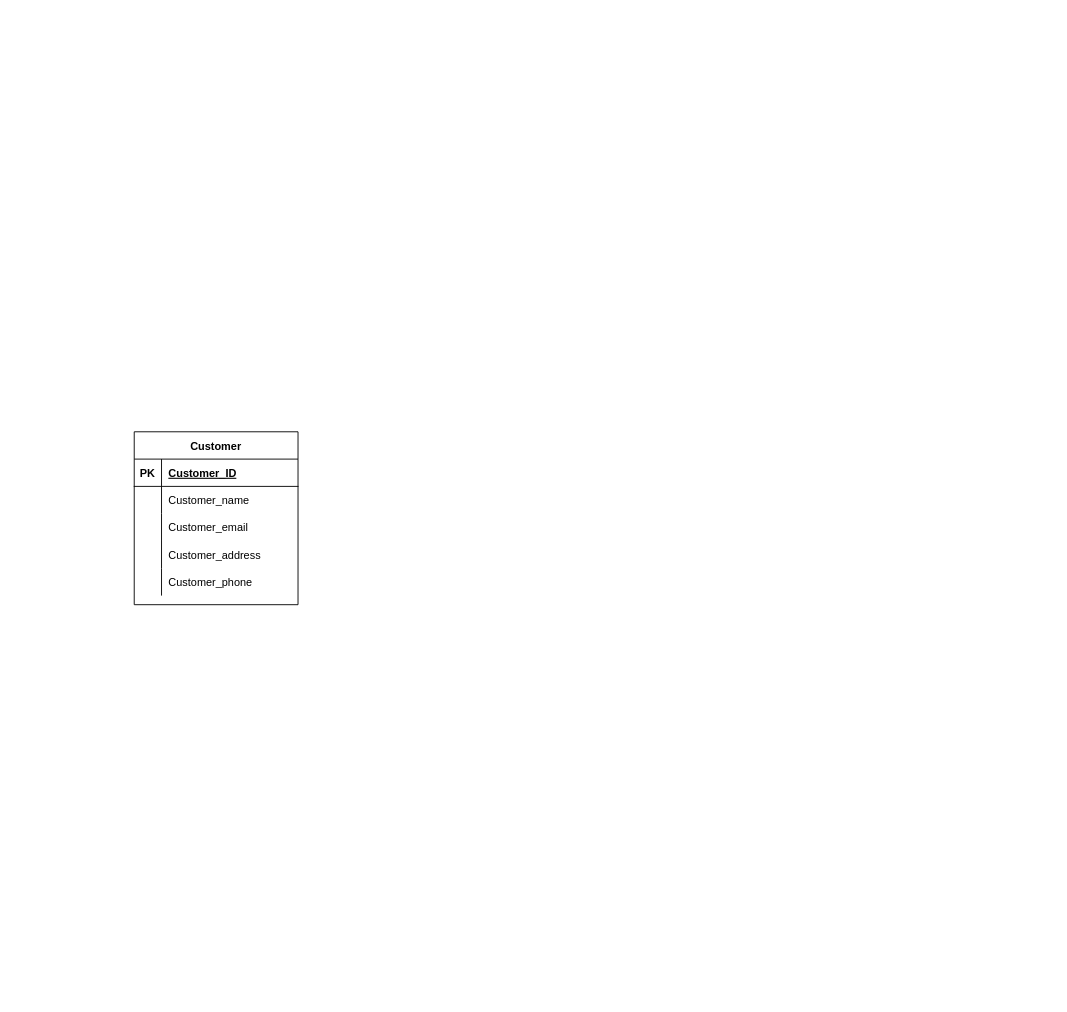
Above: page "ERD Food Delivery" (3 of 4) of mysej.drawio in ahmadanwar93/SET-day-22 (draw.io), before the change. Source tidied: cells renumbered, new cells numbered last; positions are measured from the earlier drawing's top-left corner, leaving out a move shared by most shapes. Both pictures are drawn from the tidied source at 91%, with x=0, y=0 at pixel (134, 431).
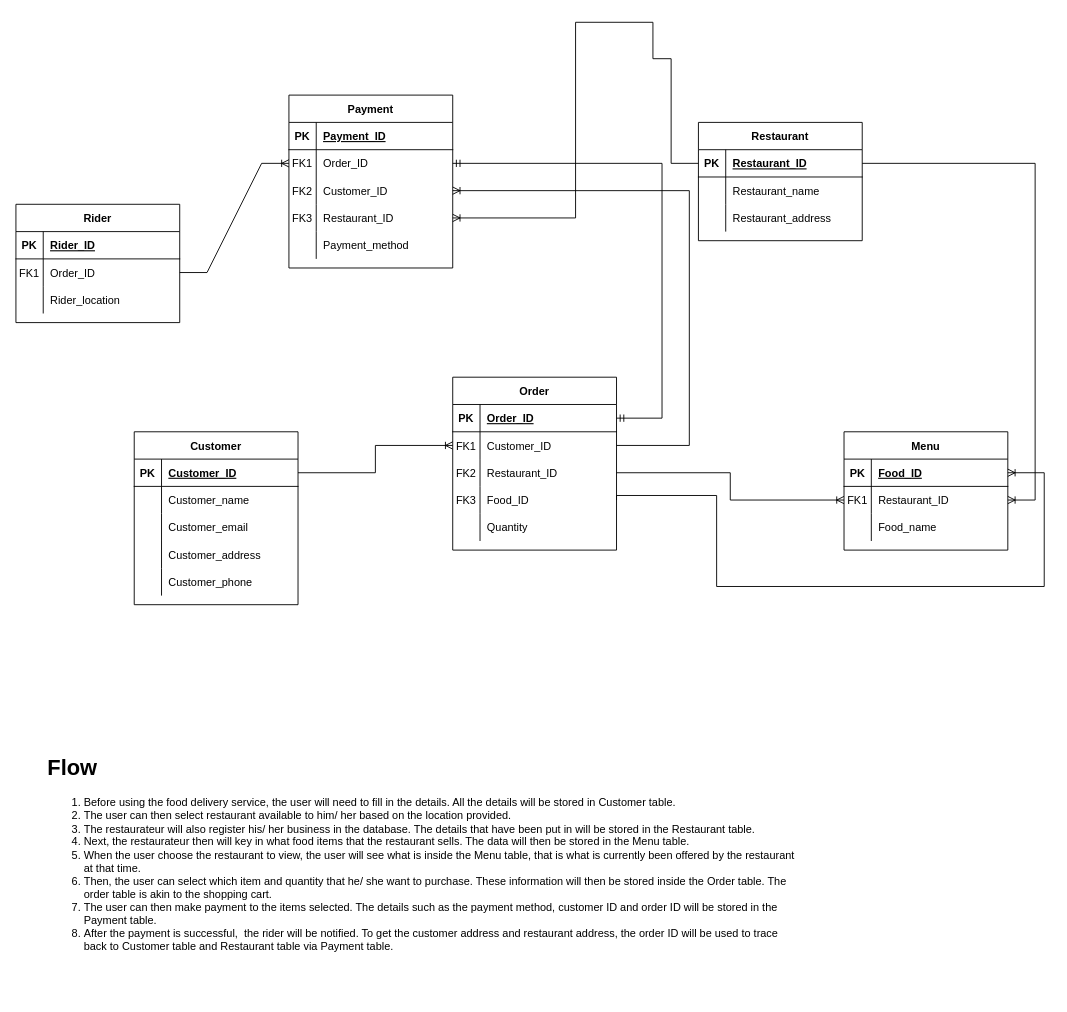
The same diagram, later.

Unchanged cells that the change refers to:
```xml
<mxCell id="3" style="shape=partialRectangle;fillColor=none;top=0;left=0;bottom=1;right=0;points=[[0,0.5],[1,0.5]];portConstraint=eastwest;" parent="2" vertex="1">
  <mxGeometry y="30" width="180" height="30" as="geometry" />
</mxCell>
```

The edit, as a diff of the source:
```diff
@@
+    <mxCell id="18" value="Restaurant" style="shape=table;startSize=30;childLayout=tableLayout;rowLines=0;fontStyle=1;align=center;" parent="1" vertex="1">
+      <mxGeometry x="620" y="-340" width="180" height="130" as="geometry" />
+    </mxCell>
+    <mxCell id="19" style="shape=partialRectangle;fillColor=none;top=0;left=0;bottom=1;right=0;points=[[0,0.5],[1,0.5]];portConstraint=eastwest;" parent="18" vertex="1">
+      <mxGeometry y="30" width="180" height="30" as="geometry" />
+    </mxCell>
+    <mxCell id="20" value="PK" style="shape=partialRectangle;fillColor=none;top=0;left=0;bottom=0;right=0;fontStyle=1;overflow=hidden;" parent="19" vertex="1">
+      <mxGeometry width="30" height="30" as="geometry" />
+    </mxCell>
+    <mxCell id="21" value="Restaurant_ID" style="shape=partialRectangle;fillColor=none;top=0;left=0;bottom=0;right=0;align=left;spacingLeft=6;fontStyle=5;overflow=hidden;" parent="19" vertex="1">
+      <mxGeometry x="30" width="150" height="30" as="geometry" />
+    </mxCell>
+    <mxCell id="22" style="shape=partialRectangle;fillColor=none;top=0;left=0;bottom=0;right=0;" parent="18" vertex="1">
+      <mxGeometry y="60" width="180" height="30" as="geometry" />
+    </mxCell>
+    <mxCell id="23" style="shape=partialRectangle;fillColor=none;top=0;left=0;bottom=0;right=0;overflow=hidden;" parent="22" vertex="1">
+      <mxGeometry width="30" height="30" as="geometry" />
+    </mxCell>
+    <mxCell id="24" value="Restaurant_name    " style="shape=partialRectangle;fillColor=none;top=0;left=0;bottom=0;right=0;align=left;spacingLeft=6;overflow=hidden;" parent="22" vertex="1">
+      <mxGeometry x="30" width="150" height="30" as="geometry" />
+    </mxCell>
+    <mxCell id="25" style="shape=partialRectangle;fillColor=none;top=0;left=0;bottom=0;right=0;" parent="18" vertex="1">
+      <mxGeometry y="90" width="180" height="30" as="geometry" />
+    </mxCell>
+    <mxCell id="26" style="shape=partialRectangle;fillColor=none;top=0;left=0;bottom=0;right=0;overflow=hidden;" parent="25" vertex="1">
+      <mxGeometry width="30" height="30" as="geometry" />
+    </mxCell>
+    <mxCell id="27" value="Restaurant_address" style="shape=partialRectangle;fillColor=none;top=0;left=0;bottom=0;right=0;align=left;spacingLeft=6;overflow=hidden;" parent="25" vertex="1">
+      <mxGeometry x="30" width="150" height="30" as="geometry" />
+    </mxCell>
+    <mxCell id="28" value="Menu" style="shape=table;startSize=30;childLayout=tableLayout;rowLines=0;fontStyle=1;align=center;" parent="1" vertex="1">
+      <mxGeometry x="780" width="180" height="130" as="geometry" />
+    </mxCell>
+    <mxCell id="29" style="shape=partialRectangle;fillColor=none;top=0;left=0;bottom=1;right=0;points=[[0,0.5],[1,0.5]];portConstraint=eastwest;" parent="28" vertex="1">
+      <mxGeometry y="30" width="180" height="30" as="geometry" />
+    </mxCell>
+    <mxCell id="30" value="PK" style="shape=partialRectangle;fillColor=none;top=0;left=0;bottom=0;right=0;fontStyle=1;overflow=hidden;" parent="29" vertex="1">
+      <mxGeometry width="30" height="30" as="geometry" />
+    </mxCell>
+    <mxCell id="31" value="Food_ID" style="shape=partialRectangle;fillColor=none;top=0;left=0;bottom=0;right=0;align=left;spacingLeft=6;fontStyle=5;overflow=hidden;" parent="29" vertex="1">
+      <mxGeometry x="30" width="150" height="30" as="geometry" />
+    </mxCell>
+    <mxCell id="32" style="shape=partialRectangle;fillColor=none;top=0;left=0;bottom=0;right=0;points=[[0,0.5],[1,0.5]];portConstraint=eastwest;" parent="28" vertex="1">
+      <mxGeometry y="60" width="180" height="30" as="geometry" />
+    </mxCell>
+    <mxCell id="33" value="FK1" style="shape=partialRectangle;fillColor=none;top=0;left=0;bottom=0;right=0;overflow=hidden;" parent="32" vertex="1">
+      <mxGeometry width="30" height="30" as="geometry" />
+    </mxCell>
+    <mxCell id="34" value="Restaurant_ID" style="shape=partialRectangle;fillColor=none;top=0;left=0;bottom=0;right=0;align=left;spacingLeft=6;overflow=hidden;" parent="32" vertex="1">
+      <mxGeometry x="30" width="150" height="30" as="geometry" />
+    </mxCell>
+    <mxCell id="35" style="shape=partialRectangle;fillColor=none;top=0;left=0;bottom=0;right=0;" parent="28" vertex="1">
+      <mxGeometry y="90" width="180" height="30" as="geometry" />
+    </mxCell>
+    <mxCell id="36" style="shape=partialRectangle;fillColor=none;top=0;left=0;bottom=0;right=0;overflow=hidden;" parent="35" vertex="1">
+      <mxGeometry width="30" height="30" as="geometry" />
+    </mxCell>
+    <mxCell id="37" value="Food_name" style="shape=partialRectangle;fillColor=none;top=0;left=0;bottom=0;right=0;align=left;spacingLeft=6;overflow=hidden;" parent="35" vertex="1">
+      <mxGeometry x="30" width="150" height="30" as="geometry" />
+    </mxCell>
+    <mxCell id="38" value="Order" style="shape=table;startSize=30;childLayout=tableLayout;rowLines=0;fontStyle=1;align=center;" parent="1" vertex="1">
+      <mxGeometry x="350" y="-60" width="180" height="190" as="geometry" />
+    </mxCell>
+    <mxCell id="39" style="shape=partialRectangle;fillColor=none;top=0;left=0;bottom=1;right=0;points=[[0,0.5],[1,0.5]];portConstraint=eastwest;" parent="38" vertex="1">
+      <mxGeometry y="30" width="180" height="30" as="geometry" />
+    </mxCell>
+    <mxCell id="40" value="PK" style="shape=partialRectangle;fillColor=none;top=0;left=0;bottom=0;right=0;fontStyle=1;overflow=hidden;" parent="39" vertex="1">
+      <mxGeometry width="30" height="30" as="geometry" />
+    </mxCell>
+    <mxCell id="41" value="Order_ID" style="shape=partialRectangle;fillColor=none;top=0;left=0;bottom=0;right=0;align=left;spacingLeft=6;fontStyle=5;overflow=hidden;" parent="39" vertex="1">
+      <mxGeometry x="30" width="150" height="30" as="geometry" />
+    </mxCell>
+    <mxCell id="42" style="shape=partialRectangle;fillColor=none;top=0;left=0;bottom=0;right=0;points=[[0,0.5],[1,0.5]];portConstraint=eastwest;" parent="38" vertex="1">
+      <mxGeometry y="60" width="180" height="30" as="geometry" />
+    </mxCell>
+    <mxCell id="43" value="FK1" style="shape=partialRectangle;fillColor=none;top=0;left=0;bottom=0;right=0;overflow=hidden;" parent="42" vertex="1">
+      <mxGeometry width="30" height="30" as="geometry" />
+    </mxCell>
+    <mxCell id="44" value="Customer_ID" style="shape=partialRectangle;fillColor=none;top=0;left=0;bottom=0;right=0;align=left;spacingLeft=6;overflow=hidden;" parent="42" vertex="1">
+      <mxGeometry x="30" width="150" height="30" as="geometry" />
+    </mxCell>
+    <mxCell id="45" style="shape=partialRectangle;fillColor=none;top=0;left=0;bottom=0;right=0;points=[[0,0.5],[1,0.5]];portConstraint=eastwest;" parent="38" vertex="1">
+      <mxGeometry y="90" width="180" height="30" as="geometry" />
+    </mxCell>
+    <mxCell id="46" value="FK2" style="shape=partialRectangle;fillColor=none;top=0;left=0;bottom=0;right=0;overflow=hidden;" parent="45" vertex="1">
+      <mxGeometry width="30" height="30" as="geometry" />
+    </mxCell>
+    <mxCell id="47" value="Restaurant_ID   " style="shape=partialRectangle;fillColor=none;top=0;left=0;bottom=0;right=0;align=left;spacingLeft=6;overflow=hidden;" parent="45" vertex="1">
+      <mxGeometry x="30" width="150" height="30" as="geometry" />
+    </mxCell>
+    <mxCell id="48" style="shape=partialRectangle;fillColor=none;top=0;left=0;bottom=0;right=0;points=[[0,0.5],[1,0.5]];portConstraint=eastwest;" parent="38" vertex="1">
+      <mxGeometry y="120" width="180" height="30" as="geometry" />
+    </mxCell>
+    <mxCell id="49" value="FK3" style="shape=partialRectangle;fillColor=none;top=0;left=0;bottom=0;right=0;overflow=hidden;" parent="48" vertex="1">
+      <mxGeometry width="30" height="30" as="geometry" />
+    </mxCell>
+    <mxCell id="50" value="Food_ID" style="shape=partialRectangle;fillColor=none;top=0;left=0;bottom=0;right=0;align=left;spacingLeft=6;overflow=hidden;" parent="48" vertex="1">
+      <mxGeometry x="30" width="150" height="30" as="geometry" />
+    </mxCell>
+    <mxCell id="51" style="shape=partialRectangle;fillColor=none;top=0;left=0;bottom=0;right=0;" parent="38" vertex="1">
+      <mxGeometry y="150" width="180" height="30" as="geometry" />
+    </mxCell>
+    <mxCell id="52" style="shape=partialRectangle;fillColor=none;top=0;left=0;bottom=0;right=0;overflow=hidden;" parent="51" vertex="1">
+      <mxGeometry width="30" height="30" as="geometry" />
+    </mxCell>
+    <mxCell id="53" value="Quantity" style="shape=partialRectangle;fillColor=none;top=0;left=0;bottom=0;right=0;align=left;spacingLeft=6;overflow=hidden;" parent="51" vertex="1">
+      <mxGeometry x="30" width="150" height="30" as="geometry" />
+    </mxCell>
+    <mxCell id="54" value="Payment" style="shape=table;startSize=30;childLayout=tableLayout;rowLines=0;fontStyle=1;align=center;" parent="1" vertex="1">
+      <mxGeometry x="170" y="-370" width="180" height="190" as="geometry" />
+    </mxCell>
+    <mxCell id="55" style="shape=partialRectangle;fillColor=none;top=0;left=0;bottom=1;right=0;" parent="54" vertex="1">
+      <mxGeometry y="30" width="180" height="30" as="geometry" />
+    </mxCell>
+    <mxCell id="56" value="PK" style="shape=partialRectangle;fillColor=none;top=0;left=0;bottom=0;right=0;fontStyle=1;overflow=hidden;" parent="55" vertex="1">
+      <mxGeometry width="30" height="30" as="geometry" />
+    </mxCell>
+    <mxCell id="57" value="Payment_ID" style="shape=partialRectangle;fillColor=none;top=0;left=0;bottom=0;right=0;align=left;spacingLeft=6;fontStyle=5;overflow=hidden;" parent="55" vertex="1">
+      <mxGeometry x="30" width="150" height="30" as="geometry" />
+    </mxCell>
+    <mxCell id="58" style="shape=partialRectangle;fillColor=none;top=0;left=0;bottom=0;right=0;points=[[0,0.5],[1,0.5]];portConstraint=eastwest;" parent="54" vertex="1">
+      <mxGeometry y="60" width="180" height="30" as="geometry" />
+    </mxCell>
+    <mxCell id="59" value="FK1" style="shape=partialRectangle;fillColor=none;top=0;left=0;bottom=0;right=0;overflow=hidden;" parent="58" vertex="1">
+      <mxGeometry width="30" height="30" as="geometry" />
+    </mxCell>
+    <mxCell id="60" value="Order_ID" style="shape=partialRectangle;fillColor=none;top=0;left=0;bottom=0;right=0;align=left;spacingLeft=6;overflow=hidden;" parent="58" vertex="1">
+      <mxGeometry x="30" width="150" height="30" as="geometry" />
+    </mxCell>
+    <mxCell id="61" style="shape=partialRectangle;fillColor=none;top=0;left=0;bottom=0;right=0;points=[[0,0.5],[1,0.5]];portConstraint=eastwest;" parent="54" vertex="1">
+      <mxGeometry y="90" width="180" height="30" as="geometry" />
+    </mxCell>
+    <mxCell id="62" value="FK2" style="shape=partialRectangle;fillColor=none;top=0;left=0;bottom=0;right=0;overflow=hidden;" parent="61" vertex="1">
+      <mxGeometry width="30" height="30" as="geometry" />
+    </mxCell>
+    <mxCell id="63" value="Customer_ID" style="shape=partialRectangle;fillColor=none;top=0;left=0;bottom=0;right=0;align=left;spacingLeft=6;overflow=hidden;" parent="61" vertex="1">
+      <mxGeometry x="30" width="150" height="30" as="geometry" />
+    </mxCell>
+    <mxCell id="64" style="shape=partialRectangle;fillColor=none;top=0;left=0;bottom=0;right=0;points=[[0,0.5],[1,0.5]];portConstraint=eastwest;" parent="54" vertex="1">
+      <mxGeometry y="120" width="180" height="30" as="geometry" />
+    </mxCell>
+    <mxCell id="65" value="FK3" style="shape=partialRectangle;fillColor=none;top=0;left=0;bottom=0;right=0;overflow=hidden;" parent="64" vertex="1">
+      <mxGeometry width="30" height="30" as="geometry" />
+    </mxCell>
+    <mxCell id="66" value="Restaurant_ID" style="shape=partialRectangle;fillColor=none;top=0;left=0;bottom=0;right=0;align=left;spacingLeft=6;overflow=hidden;" parent="64" vertex="1">
+      <mxGeometry x="30" width="150" height="30" as="geometry" />
+    </mxCell>
+    <mxCell id="67" style="shape=partialRectangle;fillColor=none;top=0;left=0;bottom=0;right=0;" parent="54" vertex="1">
+      <mxGeometry y="150" width="180" height="30" as="geometry" />
+    </mxCell>
+    <mxCell id="68" style="shape=partialRectangle;fillColor=none;top=0;left=0;bottom=0;right=0;overflow=hidden;" parent="67" vertex="1">
+      <mxGeometry width="30" height="30" as="geometry" />
+    </mxCell>
+    <mxCell id="69" value="Payment_method" style="shape=partialRectangle;fillColor=none;top=0;left=0;bottom=0;right=0;align=left;spacingLeft=6;overflow=hidden;" parent="67" vertex="1">
+      <mxGeometry x="30" width="150" height="30" as="geometry" />
+    </mxCell>
+    <mxCell id="70" value="Rider" style="shape=table;startSize=30;childLayout=tableLayout;rowLines=0;fontStyle=1;align=center;" parent="1" vertex="1">
+      <mxGeometry x="-130" y="-250" width="180" height="130" as="geometry" />
+    </mxCell>
+    <mxCell id="71" style="shape=partialRectangle;fillColor=none;top=0;left=0;bottom=1;right=0;" parent="70" vertex="1">
+      <mxGeometry y="30" width="180" height="30" as="geometry" />
+    </mxCell>
+    <mxCell id="72" value="PK" style="shape=partialRectangle;fillColor=none;top=0;left=0;bottom=0;right=0;fontStyle=1;overflow=hidden;" parent="71" vertex="1">
+      <mxGeometry width="30" height="30" as="geometry" />
+    </mxCell>
+    <mxCell id="73" value="Rider_ID" style="shape=partialRectangle;fillColor=none;top=0;left=0;bottom=0;right=0;align=left;spacingLeft=6;fontStyle=5;overflow=hidden;" parent="71" vertex="1">
+      <mxGeometry x="30" width="150" height="30" as="geometry" />
+    </mxCell>
+    <mxCell id="74" style="shape=partialRectangle;fillColor=none;top=0;left=0;bottom=0;right=0;points=[[0,0.5],[1,0.5]];portConstraint=eastwest;" parent="70" vertex="1">
+      <mxGeometry y="60" width="180" height="30" as="geometry" />
+    </mxCell>
+    <mxCell id="75" value="FK1" style="shape=partialRectangle;fillColor=none;top=0;left=0;bottom=0;right=0;overflow=hidden;" parent="74" vertex="1">
+      <mxGeometry width="30" height="30" as="geometry" />
+    </mxCell>
+    <mxCell id="76" value="Order_ID" style="shape=partialRectangle;fillColor=none;top=0;left=0;bottom=0;right=0;align=left;spacingLeft=6;overflow=hidden;" parent="74" vertex="1">
+      <mxGeometry x="30" width="150" height="30" as="geometry" />
+    </mxCell>
+    <mxCell id="77" style="shape=partialRectangle;fillColor=none;top=0;left=0;bottom=0;right=0;" parent="70" vertex="1">
+      <mxGeometry y="90" width="180" height="30" as="geometry" />
+    </mxCell>
+    <mxCell id="78" style="shape=partialRectangle;fillColor=none;top=0;left=0;bottom=0;right=0;overflow=hidden;" parent="77" vertex="1">
+      <mxGeometry width="30" height="30" as="geometry" />
+    </mxCell>
+    <mxCell id="79" value="Rider_location" style="shape=partialRectangle;fillColor=none;top=0;left=0;bottom=0;right=0;align=left;spacingLeft=6;overflow=hidden;" parent="77" vertex="1">
+      <mxGeometry x="30" width="150" height="30" as="geometry" />
+    </mxCell>
+    <mxCell id="80" style="edgeStyle=orthogonalEdgeStyle;fontSize=12;html=1;endArrow=ERoneToMany;rounded=0;exitX=1;exitY=0.5;exitDx=0;exitDy=0;entryX=0;entryY=0.5;entryDx=0;entryDy=0;" parent="1" edge="1" source="3" target="42">
+      <mxGeometry relative="1" as="geometry" />
+    </mxCell>
+    <mxCell id="81" style="edgeStyle=orthogonalEdgeStyle;fontSize=12;html=1;endArrow=ERoneToMany;rounded=0;exitX=1;exitY=0.5;exitDx=0;exitDy=0;entryX=1;entryY=0.5;entryDx=0;entryDy=0;" parent="1" edge="1" source="48" target="29">
+      <mxGeometry relative="1" as="geometry">
+        <Array as="points">
+          <mxPoint x="530" y="70" />
+          <mxPoint x="640" y="70" />
+          <mxPoint x="640" y="170" />
+          <mxPoint x="1000" y="170" />
+          <mxPoint x="1000" y="45" />
+        </Array>
+      </mxGeometry>
+    </mxCell>
+    <mxCell id="82" style="edgeStyle=orthogonalEdgeStyle;fontSize=12;html=1;endArrow=ERoneToMany;rounded=0;exitX=1;exitY=0.5;exitDx=0;exitDy=0;entryX=0;entryY=0.5;entryDx=0;entryDy=0;" parent="1" edge="1" source="45" target="32">
+      <mxGeometry relative="1" as="geometry" />
+    </mxCell>
+    <mxCell id="83" style="edgeStyle=entityRelationEdgeStyle;fontSize=12;html=1;endArrow=ERoneToMany;rounded=0;exitX=1;exitY=0.5;exitDx=0;exitDy=0;" parent="1" edge="1" source="19" target="32">
+      <mxGeometry relative="1" as="geometry" />
+    </mxCell>
+    <mxCell id="84" style="edgeStyle=elbowEdgeStyle;fontSize=12;html=1;endArrow=ERmandOne;startArrow=ERmandOne;rounded=0;entryX=1;entryY=0.5;entryDx=0;entryDy=0;exitX=1;exitY=0.5;exitDx=0;exitDy=0;" parent="1" edge="1" source="39" target="58">
+      <mxGeometry relative="1" as="geometry">
+        <Array as="points">
+          <mxPoint x="580" y="-240" />
+        </Array>
+      </mxGeometry>
+    </mxCell>
+    <mxCell id="85" style="edgeStyle=elbowEdgeStyle;fontSize=12;html=1;endArrow=ERoneToMany;rounded=0;exitX=1;exitY=0.5;exitDx=0;exitDy=0;entryX=1;entryY=0.5;entryDx=0;entryDy=0;" parent="1" edge="1" source="42" target="61">
+      <mxGeometry relative="1" as="geometry">
+        <Array as="points">
+          <mxPoint x="610" y="-120" />
+          <mxPoint x="380" y="-150" />
+        </Array>
+      </mxGeometry>
+    </mxCell>
+    <mxCell id="86" style="edgeStyle=entityRelationEdgeStyle;fontSize=12;html=1;endArrow=ERoneToMany;rounded=0;entryX=0;entryY=0.5;entryDx=0;entryDy=0;exitX=1;exitY=0.5;exitDx=0;exitDy=0;" parent="1" edge="1" source="74" target="58">
+      <mxGeometry relative="1" as="geometry" />
+    </mxCell>
+    <mxCell id="87" style="edgeStyle=orthogonalEdgeStyle;fontSize=12;html=1;endArrow=ERoneToMany;rounded=0;entryX=1;entryY=0.5;entryDx=0;entryDy=0;exitX=0;exitY=0.5;exitDx=0;exitDy=0;" parent="1" edge="1" source="19" target="64">
+      <mxGeometry relative="1" as="geometry">
+        <Array as="points">
+          <mxPoint x="590" y="-295" />
+          <mxPoint x="590" y="-410" />
+          <mxPoint x="570" y="-410" />
+          <mxPoint x="570" y="-450" />
+          <mxPoint x="485" y="-450" />
+          <mxPoint x="485" y="-235" />
+        </Array>
+      </mxGeometry>
+    </mxCell>
+    <mxCell id="88" value="&lt;h1&gt;Flow&lt;/h1&gt;&lt;p&gt;&lt;/p&gt;&lt;ol&gt;&lt;li&gt;Before using the food delivery service, the user will need to fill in the details. All the details will be stored in Customer table.&lt;/li&gt;&lt;li&gt;The user can then select restaurant available to him/ her based on the location provided.&lt;/li&gt;&lt;li&gt;The restaurateur will also register his/ her business in the database. The details that have been put in will be stored in the Restaurant table.&lt;/li&gt;&lt;li&gt;Next, the restaurateur then will key in what food items that the restaurant sells. The data will then be stored in the Menu table.&lt;/li&gt;&lt;li&gt;When the user choose the restaurant to view, the user will see what is inside the Menu table, that is what is currently been offered by the restaurant at that time.&lt;/li&gt;&lt;li&gt;Then, the user can select which item and quantity that he/ she want to purchase. These information will then be stored inside the Order table. The order table is akin to the shopping cart.&lt;/li&gt;&lt;li&gt;The user can then make payment to the items selected. The details such as the payment method, customer ID and order ID will be stored in the Payment table.&lt;/li&gt;&lt;li&gt;After the payment is successful,&amp;nbsp; the rider will be notified. To get the customer address and restaurant address, the order ID will be used to trace back to Customer table and Restaurant table via Payment table.&lt;/li&gt;&lt;/ol&gt;&lt;p&gt;&lt;/p&gt;" style="text;html=1;strokeColor=none;fillColor=none;spacing=5;spacingTop=-20;whiteSpace=wrap;overflow=hidden;rounded=0;align=left;" parent="1" vertex="1">
+      <mxGeometry x="-100" y="350" width="830" height="270" as="geometry" />
+    </mxCell>
```
